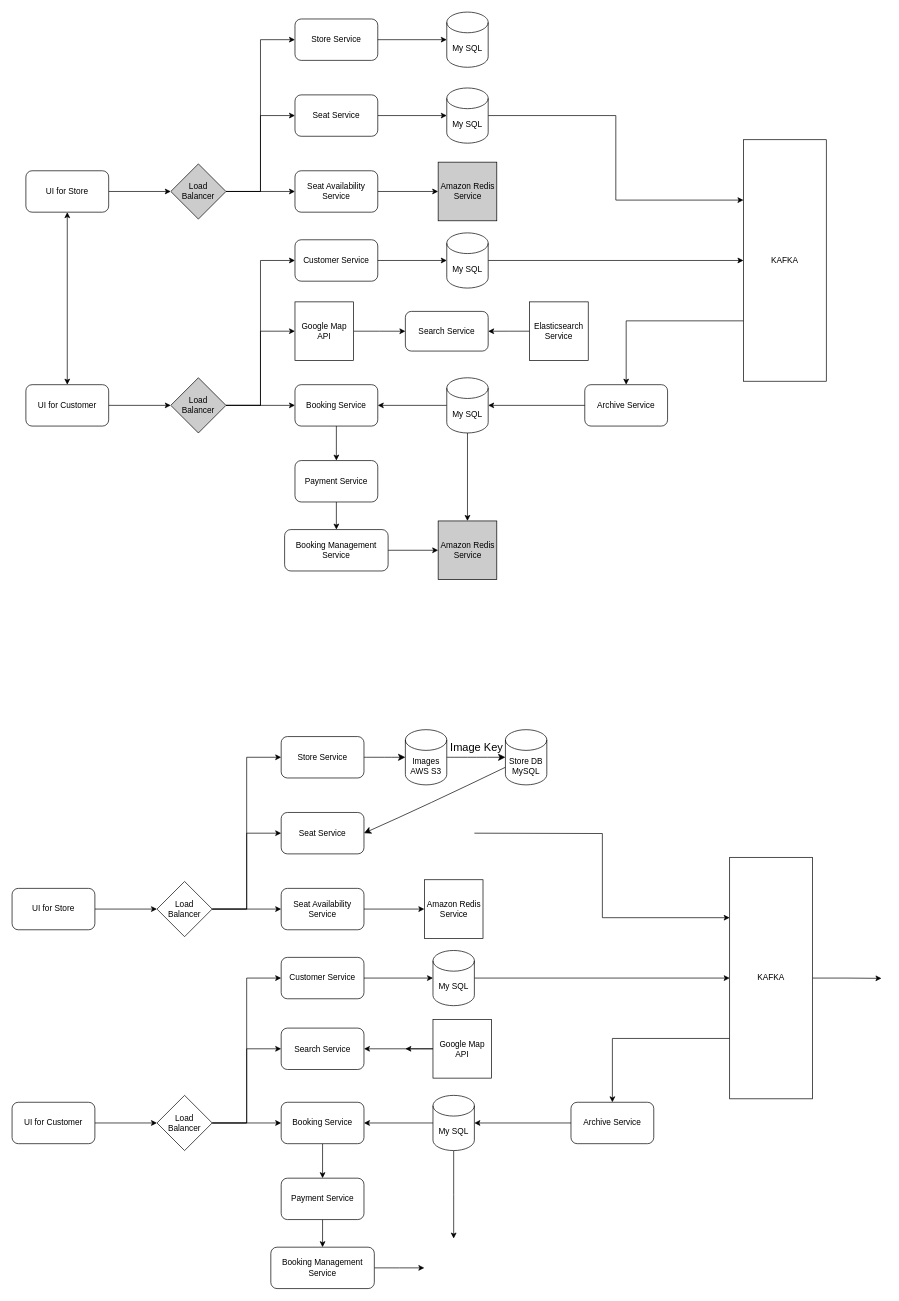
Above: Untitled Diagram.drawio in dodooodo/feplace (draw.io), before the change. Source tidied: cells renumbered, new cells numbered last; positions are measured from the earlier drawing's top-left corner, leaving out a move shared by most shapes. Both pictures are drawn from the tidied source at 69%, with x=0, y=0 at pixel (12, 12).
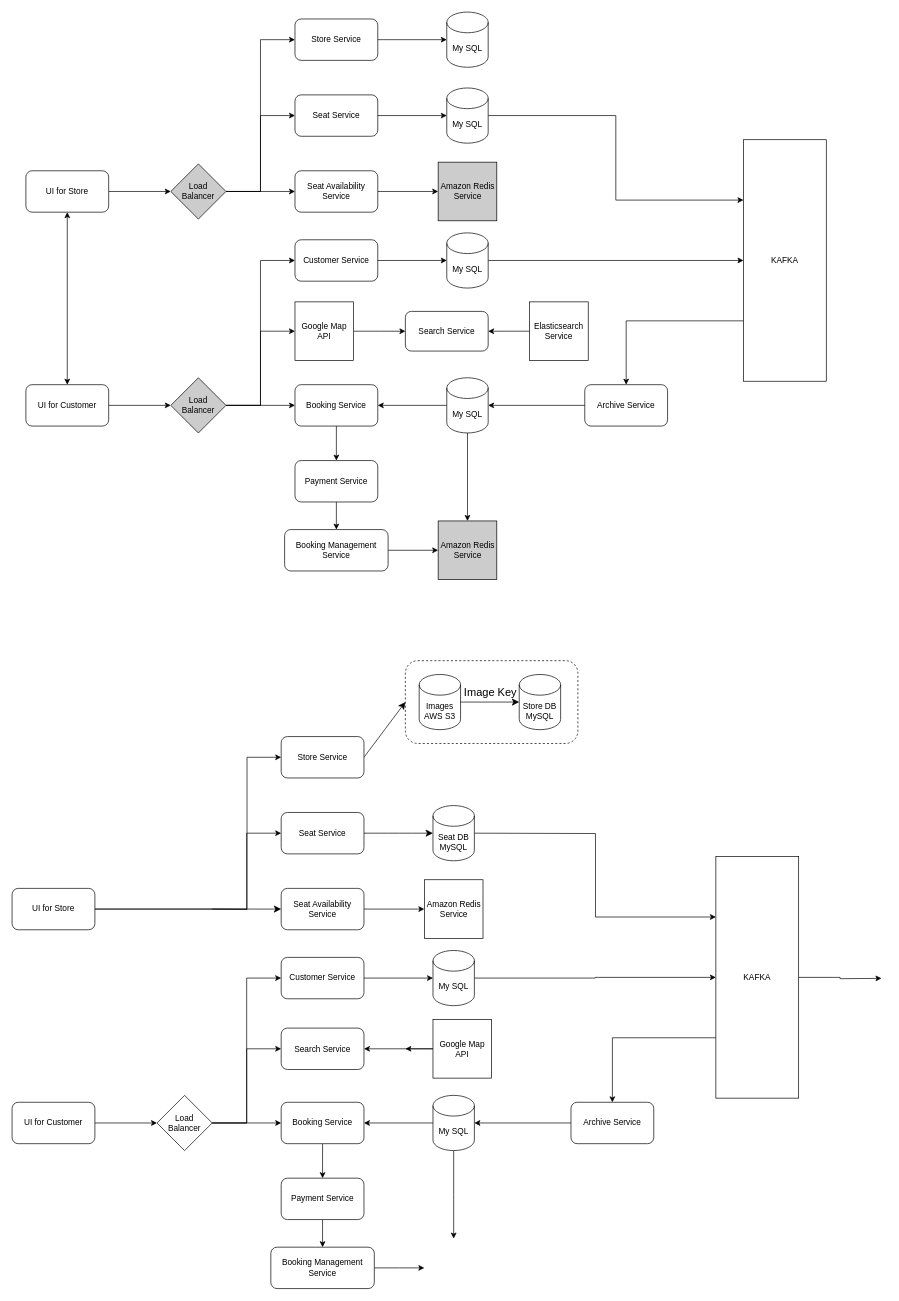
The same diagram, later.

The change refers to these unchanged cells:
```xml
<mxCell id="44" value="UI for Store" style="rounded=1;whiteSpace=wrap;html=1;" parent="1" vertex="1">
  <mxGeometry y="1270" width="120" height="60" as="geometry" />
</mxCell>
<mxCell id="55" value="Store Service" style="rounded=1;whiteSpace=wrap;html=1;" parent="1" vertex="1">
  <mxGeometry x="390" y="1050" width="120" height="60" as="geometry" />
</mxCell>
<mxCell id="57" value="Seat Availability Service" style="rounded=1;whiteSpace=wrap;html=1;" parent="1" vertex="1">
  <mxGeometry x="390" y="1270" width="120" height="60" as="geometry" />
</mxCell>
<mxCell id="79" value="Seat Service" style="rounded=1;whiteSpace=wrap;html=1;" parent="1" vertex="1">
  <mxGeometry x="390" y="1160" width="120" height="60" as="geometry" />
</mxCell>
```

What changed in the source:
```diff
@@
+    <mxCell id="94" style="rounded=1;whiteSpace=wrap;html=1;dashed=1;" parent="1" vertex="1">
+      <mxGeometry x="570" y="940" width="250" height="120" as="geometry" />
+    </mxCell>
@@
-    <mxCell id="43" style="edgeStyle=orthogonalEdgeStyle;rounded=0;jettySize=auto;html=1;exitX=1;exitY=0.5;exitDx=0;exitDy=0;entryX=0;entryY=0.5;entryDx=0;entryDy=0;" parent="1" edge="1" source="44" target="50">
-      <mxGeometry relative="1" as="geometry" />
-    </mxCell>
+    <mxCell id="95" style="edgeStyle=none;curved=1;rounded=0;jettySize=auto;html=1;entryX=0;entryY=0.5;entryDx=0;entryDy=0;fontSize=12;startSize=8;endSize=8;" parent="1" edge="1" source="44" target="57">
+      <mxGeometry relative="1" as="geometry" />
+    </mxCell>
@@
-    <mxCell id="47" style="edgeStyle=orthogonalEdgeStyle;rounded=0;jettySize=auto;html=1;exitX=1;exitY=0.5;exitDx=0;exitDy=0;entryX=0;entryY=0.5;entryDx=0;entryDy=0;" parent="1" edge="1" source="50" target="57">
-      <mxGeometry relative="1" as="geometry" />
-    </mxCell>
-    <mxCell id="48" style="edgeStyle=orthogonalEdgeStyle;rounded=0;jettySize=auto;html=1;exitX=1;exitY=0.5;exitDx=0;exitDy=0;entryX=0;entryY=0.5;entryDx=0;entryDy=0;" parent="1" edge="1" source="50" target="55">
-      <mxGeometry relative="1" as="geometry" />
+    <mxCell id="48" style="edgeStyle=orthogonalEdgeStyle;rounded=0;jettySize=auto;html=1;exitX=1;exitY=0.5;exitDx=0;exitDy=0;entryX=0;entryY=0.5;entryDx=0;entryDy=0;" parent="1" edge="1" target="55">
+      <mxGeometry relative="1" as="geometry">
+        <mxPoint x="290" y="1300" as="sourcePoint" />
+      </mxGeometry>
     </mxCell>
-    <mxCell id="49" style="edgeStyle=orthogonalEdgeStyle;rounded=0;jettySize=auto;html=1;exitX=1;exitY=0.5;exitDx=0;exitDy=0;entryX=0;entryY=0.5;entryDx=0;entryDy=0;" parent="1" edge="1" source="50" target="79">
-      <mxGeometry relative="1" as="geometry" />
+    <mxCell id="49" style="edgeStyle=orthogonalEdgeStyle;rounded=0;jettySize=auto;html=1;exitX=1;exitY=0.5;exitDx=0;exitDy=0;entryX=0;entryY=0.5;entryDx=0;entryDy=0;" parent="1" edge="1" source="44" target="79">
+      <mxGeometry relative="1" as="geometry">
+        <Array as="points">
+          <mxPoint x="340" y="1300" />
+          <mxPoint x="340" y="1190" />
+        </Array>
+      </mxGeometry>
     </mxCell>
-    <mxCell id="50" value="Load&lt;div&gt;Balancer&lt;/div&gt;" style="rhombus;whiteSpace=wrap;html=1;" parent="1" vertex="1">
-      <mxGeometry x="210" y="1260" width="80" height="80" as="geometry" />
-    </mxCell>
@@
     <mxCell id="78" value="KAFKA" style="rounded=0;whiteSpace=wrap;html=1;" parent="1" vertex="1">
-      <mxGeometry x="1040" y="1225" width="120" height="350" as="geometry" />
+      <mxGeometry x="1020" y="1224" width="120" height="350" as="geometry" />
     </mxCell>
+    <mxCell id="96" style="edgeStyle=none;curved=1;rounded=0;jettySize=auto;html=1;fontSize=12;startSize=8;endSize=8;" parent="1" edge="1" source="79" target="97">
+      <mxGeometry relative="1" as="geometry" />
+    </mxCell>
@@
-    <mxCell id="83" style="edgeStyle=none;curved=1;rounded=0;jettySize=auto;html=1;entryX=1;entryY=0.5;entryDx=0;entryDy=0;fontSize=12;startSize=8;endSize=8;" parent="1" edge="1" source="84" target="79">
-      <mxGeometry relative="1" as="geometry">
-        <Array as="points">
-          <mxPoint x="600" y="1150" />
-        </Array>
-      </mxGeometry>
-    </mxCell>
     <mxCell id="84" value="Store DB&lt;div&gt;MySQL&lt;/div&gt;" style="shape=cylinder3;whiteSpace=wrap;html=1;boundedLbl=1;backgroundOutline=1;size=15;" parent="1" vertex="1">
-      <mxGeometry x="715" y="1040" width="60" height="80" as="geometry" />
+      <mxGeometry x="735" y="960" width="60" height="80" as="geometry" />
     </mxCell>
     <mxCell id="85" value="&lt;div&gt;Images&lt;/div&gt;AWS S3" style="shape=cylinder3;whiteSpace=wrap;html=1;boundedLbl=1;backgroundOutline=1;size=15;" parent="1" vertex="1">
-      <mxGeometry x="570" y="1040" width="60" height="80" as="geometry" />
+      <mxGeometry x="590" y="960" width="60" height="80" as="geometry" />
     </mxCell>
-    <mxCell id="86" style="edgeStyle=none;curved=1;rounded=0;jettySize=auto;html=1;exitX=1;exitY=0.5;exitDx=0;exitDy=0;entryX=0;entryY=0.5;entryDx=0;entryDy=0;entryPerimeter=0;fontSize=12;startSize=8;endSize=8;" parent="1" edge="1" source="55" target="85">
+    <mxCell id="86" style="edgeStyle=none;curved=1;rounded=0;jettySize=auto;html=1;exitX=1;exitY=0.5;exitDx=0;exitDy=0;fontSize=12;startSize=8;endSize=8;entryX=0;entryY=0.5;entryDx=0;entryDy=0;" parent="1" edge="1" source="55" target="94">
       <mxGeometry relative="1" as="geometry" />
     </mxCell>
@@
     <mxCell id="89" value="Image Key" style="text;html=1;align=center;verticalAlign=middle;strokeColor=none;fillColor=none;fontSize=16;" parent="1" vertex="1">
-      <mxGeometry x="622.5" y="1050" width="100" height="30" as="geometry" />
+      <mxGeometry x="642.5" y="970" width="100" height="30" as="geometry" />
     </mxCell>
@@
+    <mxCell id="97" value="&lt;div&gt;Seat DB&lt;/div&gt;MySQL" style="shape=cylinder3;whiteSpace=wrap;html=1;boundedLbl=1;backgroundOutline=1;size=15;" parent="1" vertex="1">
+      <mxGeometry x="610" y="1150" width="60" height="80" as="geometry" />
+    </mxCell>
```
